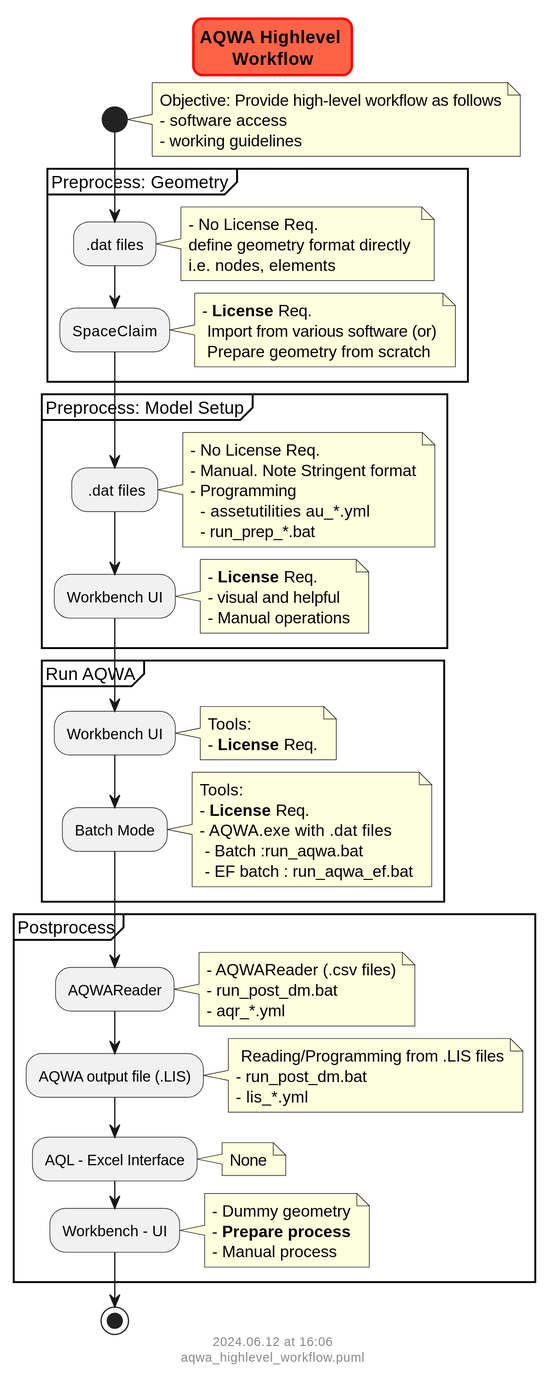
vamseeachanta/digitalmodel keeps this PlantUML diagram as docs/pkg_ansys/aqwa/flowcharts/aqwa_highlevel_workflow.svg. Above is the earlier version.
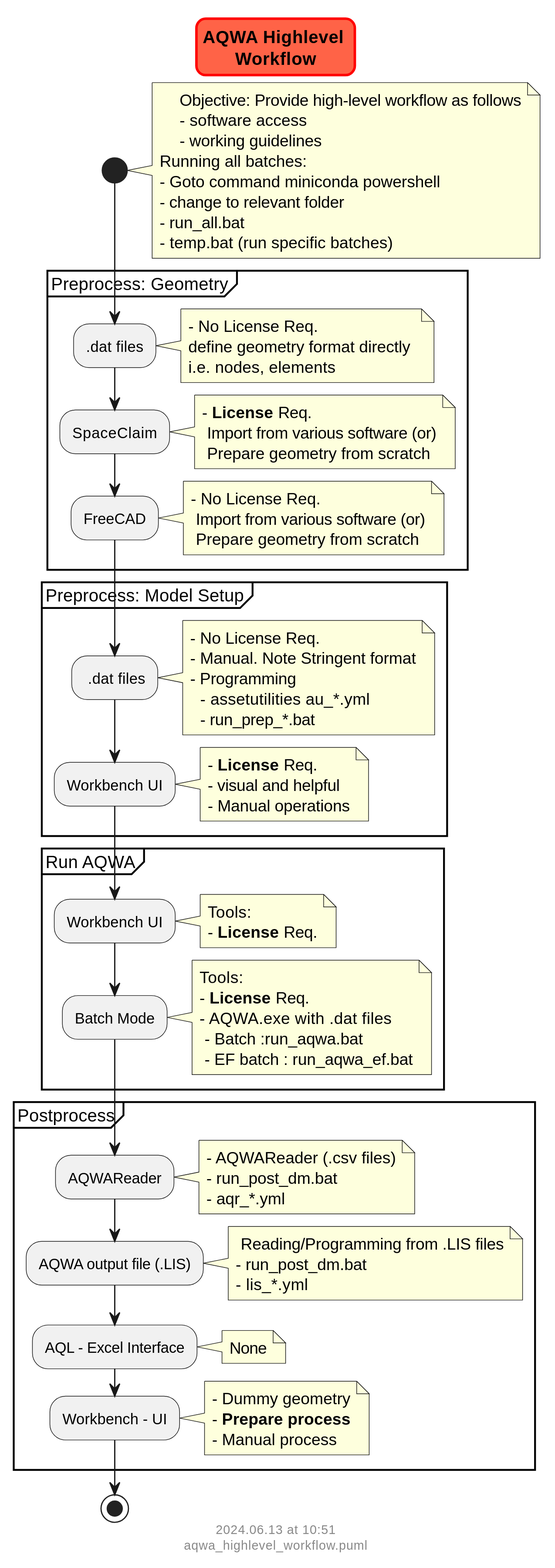
Later version of the same file.

Change to the diagram source:
```diff
@@ -13,6 +13,11 @@
         Objective: Provide high-level workflow as follows
         - software access
         - working guidelines
+    Running all batches:
+    - Goto command miniconda powershell
+    - change to relevant folder
+    - run_all.bat
+    - temp.bat (run specific batches)
     end note
 
     partition "Preprocess: Geometry" {
@@ -27,6 +32,13 @@
         :SpaceClaim;
             note right
             - **License** Req.
+             Import from various software (or)
+             Prepare geometry from scratch
+            end note
+
+        :FreeCAD;
+            note right
+            - No License Req.
              Import from various software (or)
              Prepare geometry from scratch
             end note
```
